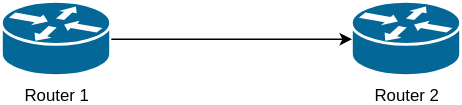
Before: routers.svg, a diagram exported from draw.io (joelynott/flowassets). Source tidied: cells renumbered, new cells last; positions are measured from the earlier drawing's top-left corner, leaving out a move shared by most shapes. Its diagram source:
```xml
<mxGraphModel>
  <root>
    <mxCell id="0" />
    <mxCell id="1" parent="0" />
    <mxCell id="2" value="Router 1" style="strokeColor=#ffffff;sketch=0;html=1;dashed=0;fillColor=#036897;strokeWidth=2;verticalLabelPosition=bottom;verticalAlign=top;align=center;outlineConnect=0;shape=mxgraph.cisco.routers.router;" parent="1" vertex="1">
      <mxGeometry width="78" height="53" as="geometry" />
    </mxCell>
    <mxCell id="3" value="Router 2" style="strokeColor=#ffffff;sketch=0;html=1;dashed=0;fillColor=#036897;strokeWidth=2;verticalLabelPosition=bottom;verticalAlign=top;align=center;outlineConnect=0;shape=mxgraph.cisco.routers.router;" parent="1" vertex="1">
      <mxGeometry x="250" width="78" height="53" as="geometry" />
    </mxCell>
    <mxCell id="4" style="edgeStyle=orthogonalEdgeStyle;rounded=0;jettySize=auto;html=1;exitX=1;exitY=0.5;exitDx=0;exitDy=0;exitPerimeter=0;entryX=0;entryY=0.5;entryDx=0;entryDy=0;entryPerimeter=0;" parent="1" edge="1" source="2" target="3">
      <mxGeometry relative="1" as="geometry" />
    </mxCell>
  </root>
</mxGraphModel>
```
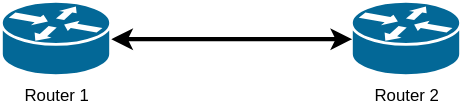
After the change.

The edit, as a diff of the source:
```diff
@@ -8,7 +8,7 @@
     <mxCell id="3" value="Router 2" style="strokeColor=#ffffff;sketch=0;html=1;dashed=0;fillColor=#036897;strokeWidth=2;verticalLabelPosition=bottom;verticalAlign=top;align=center;outlineConnect=0;shape=mxgraph.cisco.routers.router;" parent="1" vertex="1">
       <mxGeometry x="250" width="78" height="53" as="geometry" />
     </mxCell>
-    <mxCell id="4" style="edgeStyle=orthogonalEdgeStyle;rounded=0;jettySize=auto;html=1;exitX=1;exitY=0.5;exitDx=0;exitDy=0;exitPerimeter=0;entryX=0;entryY=0.5;entryDx=0;entryDy=0;entryPerimeter=0;" parent="1" edge="1" source="2" target="3">
+    <mxCell id="4" style="rounded=0;jettySize=auto;html=1;exitX=1;exitY=0.5;exitDx=0;exitDy=0;exitPerimeter=0;entryX=0;entryY=0.5;entryDx=0;entryDy=0;entryPerimeter=0;strokeWidth=3;startArrow=classic;startFill=1;elbow=vertical;edgeStyle=orthogonalEdgeStyle;" parent="1" edge="1" source="2" target="3">
       <mxGeometry relative="1" as="geometry" />
     </mxCell>
   </root>
```
